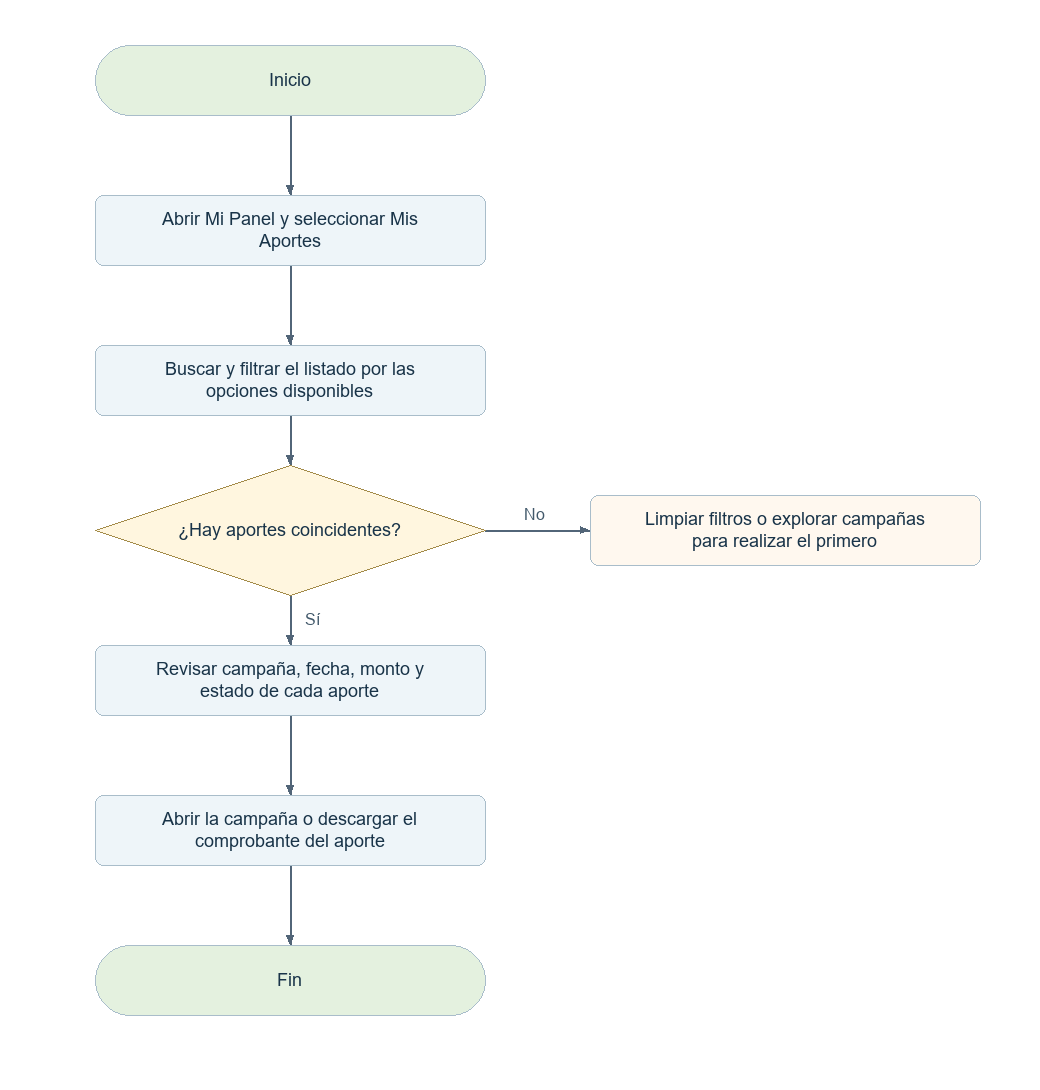
Earlier version of the Mermaid export docs/diagramas-web/png/D04.png (elingeyesdev/t3-crowdfunding-inversion). Its source is kept beside it as docs/diagramas-web/mermaid/D04.mmd. Its diagram source:
```mermaid
flowchart TD
  N0(["Inicio"])
  N0 --> N1
  N1["Abrir Mi Panel y seleccionar Mis Aportes"]
  N1 --> N2
  N2["Buscar y filtrar el listado por las opciones disponibles"]
  N2 --> N3
  N3{"¿Hay aportes coincidentes?"}
  N3 -->|"Sí"| N4
  B3(["Limpiar filtros o explorar campañas para realizar el primero"])
  N3 -->|"No"| B3
  N4["Revisar campaña, fecha, monto y estado de cada aporte"]
  N4 --> N5
  N5["Abrir la campaña o descargar el comprobante del aporte"]
  N5 --> N6
  N6(["Fin"])
```
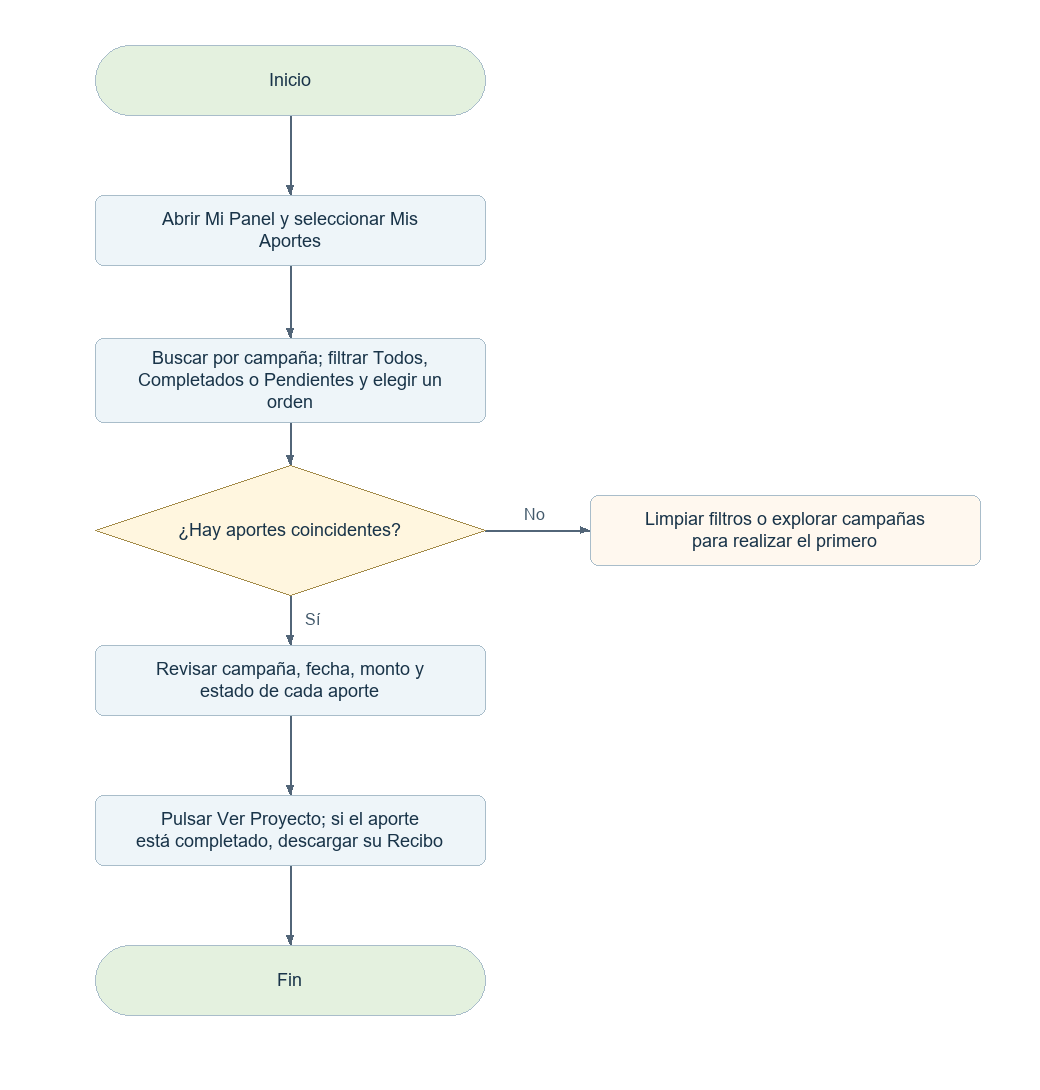
After the commit.

Change to the diagram source:
```diff
@@ -3,7 +3,7 @@
   N0 --> N1
   N1["Abrir Mi Panel y seleccionar Mis Aportes"]
   N1 --> N2
-  N2["Buscar y filtrar el listado por las opciones disponibles"]
+  N2["Buscar por campaña; filtrar Todos, Completados o Pendientes y elegir un orden"]
   N2 --> N3
   N3{"¿Hay aportes coincidentes?"}
   N3 -->|"Sí"| N4
@@ -11,6 +11,6 @@
   N3 -->|"No"| B3
   N4["Revisar campaña, fecha, monto y estado de cada aporte"]
   N4 --> N5
-  N5["Abrir la campaña o descargar el comprobante del aporte"]
+  N5["Pulsar Ver Proyecto; si el aporte está completado, descargar su Recibo"]
   N5 --> N6
   N6(["Fin"])
```
